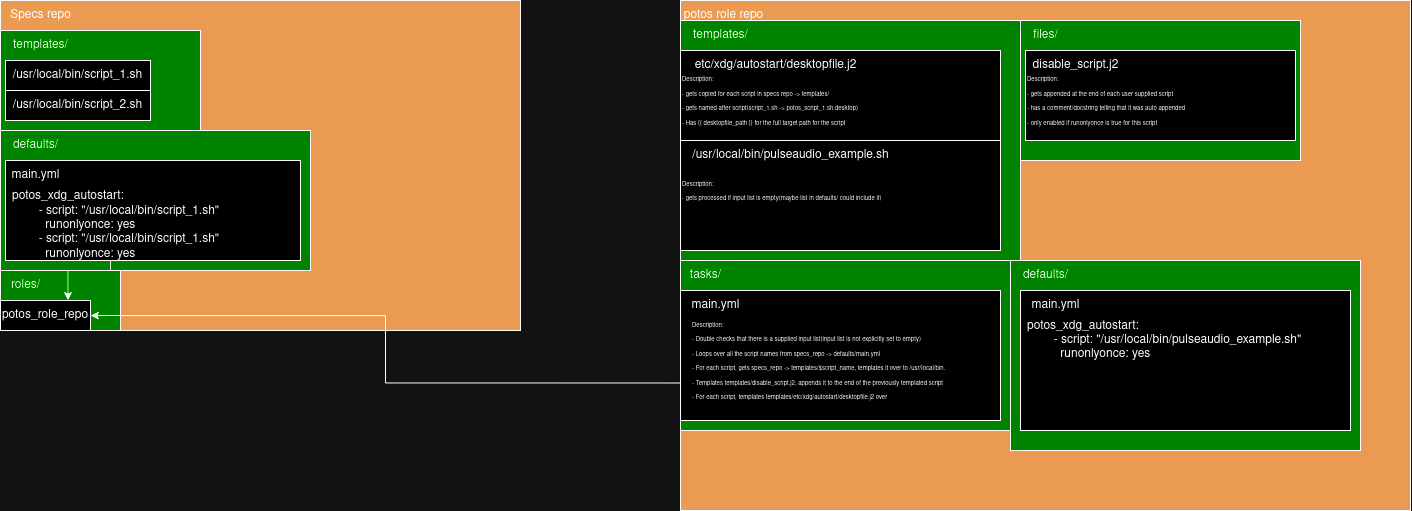
Earlier version of the draw.io export role.png (wickdChromosome/ansible-role-potos_xdgautostart). Source tidied: cells renumbered, new cells last; positions are measured from the earlier drawing's top-left corner, leaving out a move shared by most shapes.
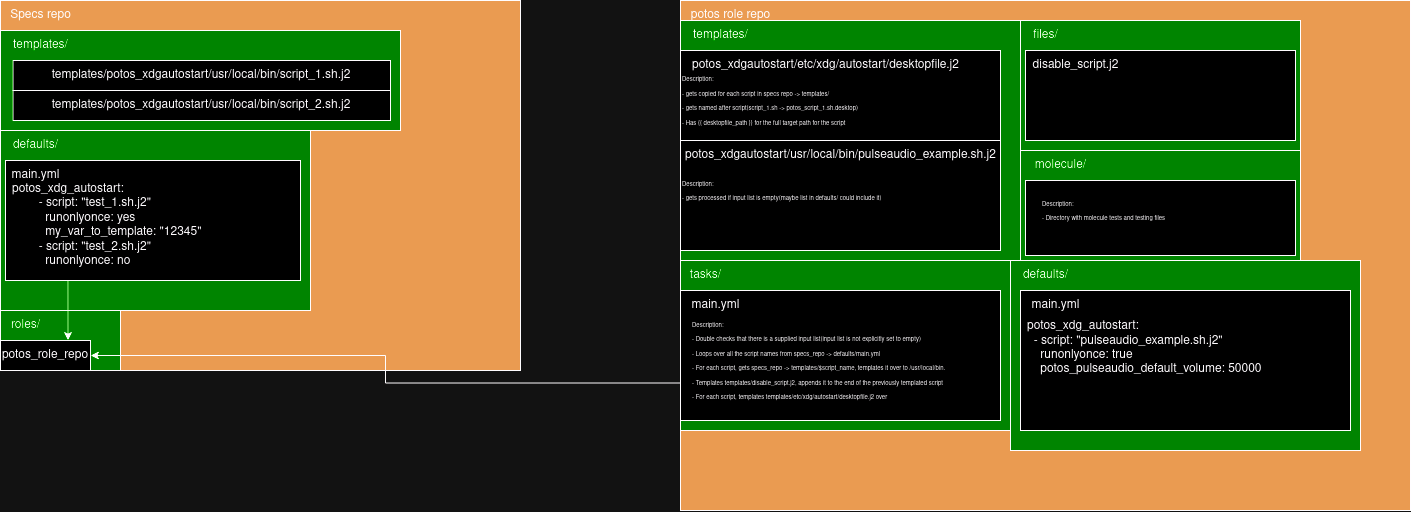
The same diagram one commit later.

The edit, as a diff of the source:
```diff
@@ -3,19 +3,19 @@
     <mxCell id="0" />
     <mxCell id="1" parent="0" />
     <mxCell id="2" value="&lt;div&gt;&lt;br&gt;&lt;/div&gt;" style="rounded=0;whiteSpace=wrap;html=1;fillColor=#994C00;" parent="1" vertex="1">
-      <mxGeometry width="520" height="330" as="geometry" />
+      <mxGeometry width="520" height="370" as="geometry" />
     </mxCell>
     <mxCell id="3" value="Specs repo" style="text;html=1;align=center;verticalAlign=middle;strokeColor=none;fillColor=none;" parent="1" vertex="1">
       <mxGeometry width="80" height="30" as="geometry" />
     </mxCell>
     <mxCell id="4" style="whiteSpace=wrap;html=1;fillColor=#1AFF00;" parent="1" vertex="1">
-      <mxGeometry y="30" width="200" height="100" as="geometry" />
+      <mxGeometry y="30" width="400" height="100" as="geometry" />
     </mxCell>
     <mxCell id="5" style="whiteSpace=wrap;html=1;fillColor=#1AFF00;" parent="1" vertex="1">
-      <mxGeometry y="130" width="310" height="140" as="geometry" />
+      <mxGeometry y="130" width="310" height="180" as="geometry" />
     </mxCell>
     <mxCell id="6" style="whiteSpace=wrap;html=1;fillColor=#1AFF00;" parent="1" vertex="1">
-      <mxGeometry y="270" width="120" height="60" as="geometry" />
+      <mxGeometry y="310" width="120" height="60" as="geometry" />
     </mxCell>
     <mxCell id="7" style="group;fillColor=#994C00;" parent="1" vertex="1">
       <mxGeometry x="680" width="730" height="510" as="geometry" />
@@ -24,7 +24,7 @@
       <mxGeometry width="730" height="510" as="geometry" />
     </mxCell>
     <mxCell id="9" style="whiteSpace=wrap;html=1;fillColor=#1AFF00;" parent="7" vertex="1">
-      <mxGeometry x="340" y="20" width="280" height="140" as="geometry" />
+      <mxGeometry x="340" y="20" width="280" height="130" as="geometry" />
     </mxCell>
     <mxCell id="10" style="whiteSpace=wrap;html=1;" parent="7" vertex="1">
       <mxGeometry x="345" y="50" width="270" height="90" as="geometry" />
@@ -39,13 +39,13 @@
       <mxGeometry y="20" width="340" height="240" as="geometry" />
     </mxCell>
     <mxCell id="14" value="potos role repo" style="text;html=1;align=center;verticalAlign=middle;strokeColor=none;fillColor=none;" parent="7" vertex="1">
-      <mxGeometry x="-7" width="100" height="30" as="geometry" />
+      <mxGeometry width="100" height="30" as="geometry" />
     </mxCell>
     <mxCell id="15" style="whiteSpace=wrap;html=1;" parent="7" vertex="1">
       <mxGeometry y="50" width="320" height="90" as="geometry" />
     </mxCell>
-    <mxCell id="16" value="etc/xdg/autostart/desktopfile.j2" style="text;html=1;align=center;verticalAlign=middle;strokeColor=none;fillColor=none;" parent="7" vertex="1">
-      <mxGeometry y="50" width="190" height="30" as="geometry" />
+    <mxCell id="16" value="potos_xdgautostart/etc/xdg/autostart/desktopfile.j2" style="text;html=1;align=center;verticalAlign=middle;strokeColor=none;fillColor=none;" parent="7" vertex="1">
+      <mxGeometry y="50" width="290" height="30" as="geometry" />
     </mxCell>
     <mxCell id="17" value="&lt;div align=&quot;left&quot;&gt;&lt;font style=&quot;font-size: 6px;&quot;&gt;Description:&lt;/font&gt;&lt;br&gt;&lt;font style=&quot;font-size: 6px;&quot;&gt;- gets copied for each script in specs repo -&amp;gt; templates/&lt;/font&gt;&lt;br&gt;&lt;font style=&quot;font-size: 6px;&quot;&gt;- gets named after script(script_1.sh -&amp;gt; potos_script_1.sh.desktop)&lt;/font&gt;&lt;/div&gt;&lt;div align=&quot;left&quot;&gt;&lt;font style=&quot;font-size: 6px;&quot;&gt;- Has {{ desktopfile_path }} for the full target path for the script&lt;br&gt;&lt;/font&gt;&lt;/div&gt;" style="text;html=1;align=left;verticalAlign=middle;strokeColor=none;fillColor=none;" parent="7" vertex="1">
       <mxGeometry y="65" width="200" height="70" as="geometry" />
@@ -71,11 +71,8 @@
     <mxCell id="24" style="whiteSpace=wrap;html=1;" parent="7" vertex="1">
       <mxGeometry y="140" width="320" height="110" as="geometry" />
     </mxCell>
-    <mxCell id="25" value="&lt;div align=&quot;left&quot;&gt;&lt;font style=&quot;font-size: 6px;&quot;&gt;Description:&lt;/font&gt;&lt;br&gt;&lt;font style=&quot;font-size: 6px;&quot;&gt;- gets appended at the end of each user supplied script&lt;/font&gt;&lt;/div&gt;&lt;div align=&quot;left&quot;&gt;&lt;font style=&quot;font-size: 6px;&quot;&gt;- has a comment/docstring telling that it was auto appended&lt;br&gt;&lt;/font&gt;&lt;/div&gt;&lt;div align=&quot;left&quot;&gt;&lt;font style=&quot;font-size: 6px;&quot;&gt;- only enabled if runonlyonce is true for this script&lt;br&gt;&lt;/font&gt;&lt;/div&gt;" style="text;html=1;align=left;verticalAlign=middle;strokeColor=none;fillColor=none;" parent="7" vertex="1">
-      <mxGeometry x="345" y="65" width="180" height="70" as="geometry" />
-    </mxCell>
-    <mxCell id="26" value="/usr/local/bin/pulseaudio_example.sh" style="text;html=1;align=center;verticalAlign=middle;strokeColor=none;fillColor=none;" parent="7" vertex="1">
-      <mxGeometry y="140" width="220" height="30" as="geometry" />
+    <mxCell id="26" value="potos_xdgautostart/usr/local/bin/pulseaudio_example.sh.j2" style="text;html=1;align=center;verticalAlign=middle;strokeColor=none;fillColor=none;" parent="7" vertex="1">
+      <mxGeometry x="-5" y="140" width="330" height="30" as="geometry" />
     </mxCell>
     <mxCell id="27" value="&lt;div align=&quot;left&quot;&gt;&lt;font style=&quot;font-size: 6px;&quot;&gt;Description:&lt;/font&gt;&lt;br&gt;&lt;font style=&quot;font-size: 6px;&quot;&gt;- gets processed if input list is empty(maybe list in defaults/ could include it)&lt;br&gt;&lt;/font&gt;&lt;/div&gt;" style="text;html=1;align=left;verticalAlign=middle;strokeColor=none;fillColor=none;" parent="7" vertex="1">
       <mxGeometry y="170" width="220" height="40" as="geometry" />
@@ -83,8 +80,8 @@
     <mxCell id="28" value="defaults/" style="text;html=1;align=center;verticalAlign=middle;strokeColor=none;fillColor=none;" parent="7" vertex="1">
       <mxGeometry x="330" y="260" width="70" height="30" as="geometry" />
     </mxCell>
-    <mxCell id="29" value="&lt;div&gt;potos_xdg_autostart:&lt;/div&gt;&lt;div&gt;&lt;span style=&quot;white-space: pre;&quot;&gt;&#9;&lt;/span&gt;- script: &quot;/usr/local/bin/pulseaudio_example.sh&quot;&lt;/div&gt;&lt;div&gt;&lt;span style=&quot;white-space: pre;&quot;&gt;&#9;&lt;/span&gt;&amp;nbsp; runonlyonce: yes&lt;/div&gt;" style="text;html=1;align=left;verticalAlign=middle;strokeColor=none;fillColor=none;" parent="7" vertex="1">
-      <mxGeometry x="345" y="310" width="300" height="60" as="geometry" />
+    <mxCell id="29" value="potos_xdg_autostart:&lt;br&gt;&amp;nbsp; - script: &quot;pulseaudio_example.sh.j2&quot;&lt;br&gt;&amp;nbsp;&amp;nbsp;&amp;nbsp; runonlyonce: true&lt;br&gt;&amp;nbsp;&amp;nbsp;&amp;nbsp; potos_pulseaudio_default_volume: 50000&lt;div&gt;&lt;br/&gt;&lt;/div&gt;" style="text;html=1;align=left;verticalAlign=middle;strokeColor=none;fillColor=none;" parent="7" vertex="1">
+      <mxGeometry x="345" y="310" width="260" height="90" as="geometry" />
     </mxCell>
     <mxCell id="30" value="main.yml" style="text;html=1;align=center;verticalAlign=middle;strokeColor=none;fillColor=none;" parent="7" vertex="1">
       <mxGeometry x="340" y="290" width="70" height="30" as="geometry" />
@@ -95,17 +92,29 @@
     <mxCell id="32" value="disable_script.j2" style="text;html=1;align=center;verticalAlign=middle;strokeColor=none;fillColor=none;" parent="7" vertex="1">
       <mxGeometry x="340" y="50" width="110" height="30" as="geometry" />
     </mxCell>
+    <mxCell id="44" style="whiteSpace=wrap;html=1;fillColor=#1AFF00;" parent="7" vertex="1">
+      <mxGeometry x="340" y="150" width="280" height="110" as="geometry" />
+    </mxCell>
+    <mxCell id="45" style="whiteSpace=wrap;html=1;" parent="7" vertex="1">
+      <mxGeometry x="345" y="180" width="270" height="75" as="geometry" />
+    </mxCell>
+    <mxCell id="25" value="&lt;div align=&quot;left&quot;&gt;&lt;font style=&quot;font-size: 6px;&quot;&gt;Description:&lt;/font&gt;&lt;br&gt;&lt;font style=&quot;font-size: 6px;&quot;&gt;- Directory with molecule tests and testing files&lt;br&gt;&lt;/font&gt;&lt;/div&gt;" style="text;html=1;align=left;verticalAlign=middle;strokeColor=none;fillColor=none;" parent="7" vertex="1">
+      <mxGeometry x="360" y="190" width="150" height="40" as="geometry" />
+    </mxCell>
+    <mxCell id="46" value="molecule/" style="text;html=1;align=center;verticalAlign=middle;strokeColor=none;fillColor=none;" parent="7" vertex="1">
+      <mxGeometry x="345" y="150" width="70" height="30" as="geometry" />
+    </mxCell>
     <mxCell id="33" value="templates/" style="text;html=1;align=center;verticalAlign=middle;strokeColor=none;fillColor=none;" parent="1" vertex="1">
       <mxGeometry y="30" width="80" height="30" as="geometry" />
     </mxCell>
     <mxCell id="34" value="defaults/" style="text;html=1;align=center;verticalAlign=middle;strokeColor=none;fillColor=none;" parent="1" vertex="1">
       <mxGeometry y="130" width="70" height="30" as="geometry" />
     </mxCell>
-    <mxCell id="35" value="&lt;div&gt;/usr/local/bin/script_1.sh&lt;/div&gt;" style="whiteSpace=wrap;html=1;" parent="1" vertex="1">
-      <mxGeometry x="5" y="60" width="145" height="30" as="geometry" />
+    <mxCell id="35" value="&lt;div&gt;templates/potos_xdgautostart/usr/local/bin/script_1.sh.j2&lt;/div&gt;" style="whiteSpace=wrap;html=1;" parent="1" vertex="1">
+      <mxGeometry x="12.5" y="60" width="377.5" height="30" as="geometry" />
     </mxCell>
     <mxCell id="36" value="roles/" style="text;html=1;align=center;verticalAlign=middle;strokeColor=none;fillColor=none;" parent="1" vertex="1">
-      <mxGeometry y="270" width="50" height="30" as="geometry" />
+      <mxGeometry y="310" width="50" height="30" as="geometry" />
     </mxCell>
     <mxCell id="37" style="edgeStyle=orthogonalEdgeStyle;rounded=0;jettySize=auto;html=1;exitX=0.75;exitY=1;exitDx=0;exitDy=0;entryX=0.75;entryY=0;entryDx=0;entryDy=0;" parent="1" edge="1" source="38" target="40">
       <mxGeometry relative="1" as="geometry">
@@ -117,19 +126,19 @@
       </mxGeometry>
     </mxCell>
     <mxCell id="38" style="whiteSpace=wrap;html=1;" parent="1" vertex="1">
-      <mxGeometry x="5" y="160" width="295" height="100" as="geometry" />
+      <mxGeometry x="5" y="160" width="295" height="120" as="geometry" />
     </mxCell>
-    <mxCell id="39" value="&lt;div&gt;/usr/local/bin/script_2.sh&lt;/div&gt;" style="whiteSpace=wrap;html=1;" parent="1" vertex="1">
-      <mxGeometry x="5" y="90" width="145" height="30" as="geometry" />
+    <mxCell id="39" value="&lt;div&gt;templates/potos_xdgautostart/usr/local/bin/script_2.sh.j2&lt;/div&gt;" style="whiteSpace=wrap;html=1;" parent="1" vertex="1">
+      <mxGeometry x="12.5" y="90" width="377.5" height="30" as="geometry" />
     </mxCell>
     <mxCell id="40" value="potos_role_repo" style="whiteSpace=wrap;html=1;" parent="1" vertex="1">
-      <mxGeometry y="300" width="90" height="30" as="geometry" />
+      <mxGeometry y="340" width="90" height="30" as="geometry" />
     </mxCell>
     <mxCell id="41" style="edgeStyle=orthogonalEdgeStyle;rounded=0;jettySize=auto;html=1;exitX=0;exitY=0.75;exitDx=0;exitDy=0;" parent="1" edge="1" source="8" target="40">
       <mxGeometry relative="1" as="geometry" />
     </mxCell>
-    <mxCell id="42" value="&lt;div&gt;potos_xdg_autostart:&lt;/div&gt;&lt;div&gt;&lt;span style=&quot;white-space: pre;&quot;&gt;&#9;&lt;/span&gt;- script: &quot;/usr/local/bin/script_1.sh&quot;&lt;/div&gt;&lt;div&gt;&lt;span style=&quot;white-space: pre;&quot;&gt;&#9;&lt;/span&gt;&amp;nbsp; runonlyonce: yes&lt;/div&gt;&lt;div&gt;&lt;div&gt;&lt;span style=&quot;white-space: pre;&quot;&gt;&#9;&lt;/span&gt;- script: &quot;/usr/local/bin/script_1.sh&quot;&lt;/div&gt;&lt;span style=&quot;white-space: pre;&quot;&gt;&#9;&lt;/span&gt;&amp;nbsp; runonlyonce: yes&lt;/div&gt;" style="text;html=1;align=left;verticalAlign=middle;strokeColor=none;fillColor=none;" parent="1" vertex="1">
-      <mxGeometry x="10" y="180" width="230" height="90" as="geometry" />
+    <mxCell id="42" value="&lt;div&gt;potos_xdg_autostart:&lt;/div&gt;&lt;div&gt;&lt;span style=&quot;white-space: pre;&quot;&gt;&#9;&lt;/span&gt;- script: &quot;test_1.sh.j2&quot;&lt;/div&gt;&lt;div&gt;&lt;span style=&quot;white-space: pre;&quot;&gt;&#9;&lt;/span&gt;&amp;nbsp; runonlyonce: yes&lt;/div&gt;&lt;div&gt;&lt;span style=&quot;white-space: pre;&quot;&gt;&#9;&lt;/span&gt;&amp;nbsp; my_var_to_template: &quot;12345&quot;&lt;br&gt;&lt;/div&gt;&lt;div&gt;&lt;div&gt;&lt;span style=&quot;white-space: pre;&quot;&gt;&#9;&lt;/span&gt;- script: &quot;test_2.sh.j2&quot;&lt;/div&gt;&lt;span style=&quot;white-space: pre;&quot;&gt;&#9;&lt;/span&gt;&amp;nbsp; runonlyonce: no&lt;/div&gt;" style="text;html=1;align=left;verticalAlign=middle;strokeColor=none;fillColor=none;" parent="1" vertex="1">
+      <mxGeometry x="10" y="175" width="210" height="100" as="geometry" />
     </mxCell>
     <mxCell id="43" value="main.yml" style="text;html=1;align=center;verticalAlign=middle;strokeColor=none;fillColor=none;" parent="1" vertex="1">
       <mxGeometry y="160" width="70" height="30" as="geometry" />
```
